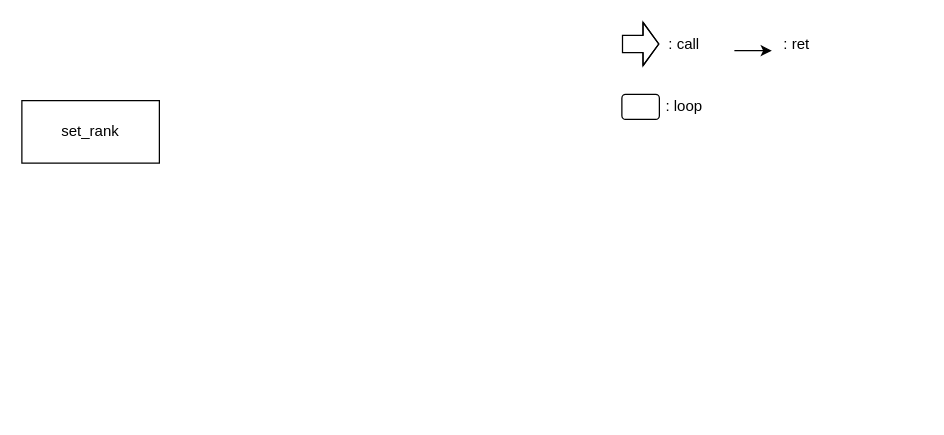
Above: GA/set_rank.drawio in fr0g2s/p (draw.io), before the change. Source tidied: cells renumbered, new cells numbered last; positions are measured from the earlier drawing's top-left corner, leaving out a move shared by most shapes. Both pictures are drawn from the tidied source at 125%, with x=0, y=0 at pixel (21, 25).
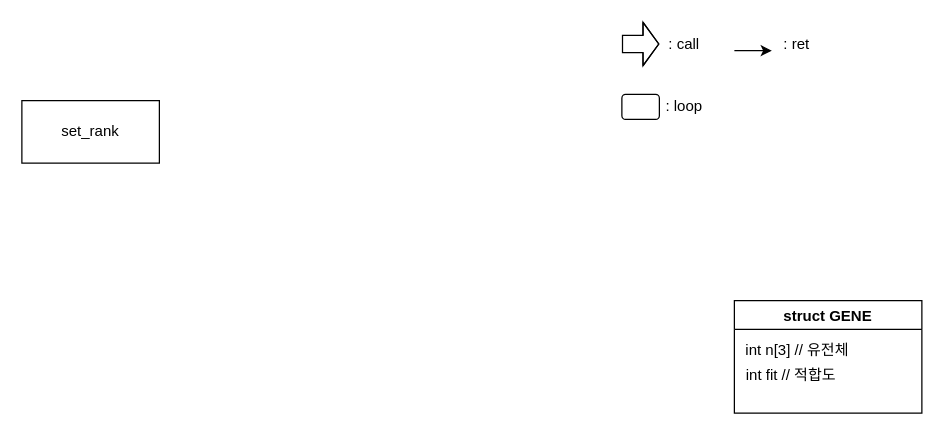
Above is the later version.

The edit, as a diff of the source:
```diff
@@
 <mxGraphModel>
   <root>
     <mxCell id="0" />
     <mxCell id="1" parent="0" />
     <mxCell id="2" style="shape=flexArrow;endArrow=classic;html=1;rounded=0;strokeWidth=1;edgeStyle=orthogonalEdgeStyle;width=13.714285714285714;endSize=3.8628571428571425;" parent="1" edge="1">
       <mxGeometry relative="1" as="geometry">
         <mxPoint x="480" y="14.7" as="sourcePoint" />
         <mxPoint x="510" y="14.7" as="targetPoint" />
         <Array as="points">
           <mxPoint x="490" y="15" />
           <mxPoint x="490" y="15" />
         </Array>
       </mxGeometry>
     </mxCell>
     <mxCell id="3" value=": call" style="text;html=1;strokeColor=none;fillColor=none;align=center;verticalAlign=middle;whiteSpace=wrap;rounded=0;" parent="1" vertex="1">
       <mxGeometry x="500" width="60" height="30" as="geometry" />
     </mxCell>
     <mxCell id="4" style="endArrow=classic;html=1;rounded=0;strokeWidth=1;edgeStyle=orthogonalEdgeStyle;" parent="1" edge="1">
       <mxGeometry relative="1" as="geometry">
         <mxPoint x="570" y="20" as="sourcePoint" />
         <mxPoint x="600" y="20" as="targetPoint" />
       </mxGeometry>
     </mxCell>
     <mxCell id="5" value=": ret" style="text;html=1;strokeColor=none;fillColor=none;align=center;verticalAlign=middle;whiteSpace=wrap;rounded=0;" parent="1" vertex="1">
       <mxGeometry x="590" width="60" height="30" as="geometry" />
     </mxCell>
     <mxCell id="6" style="rounded=1;whiteSpace=wrap;html=1;fillColor=none;strokeColor=default;shadow=0;sketch=0;glass=1;" parent="1" vertex="1">
       <mxGeometry x="480" y="55" width="30" height="20" as="geometry" />
     </mxCell>
     <mxCell id="7" value=": loop" style="text;html=1;strokeColor=none;fillColor=none;align=center;verticalAlign=middle;whiteSpace=wrap;rounded=0;" parent="1" vertex="1">
       <mxGeometry x="500" y="50" width="60" height="30" as="geometry" />
     </mxCell>
     <mxCell id="8" value="set_rank" style="rounded=0;whiteSpace=wrap;html=1;" parent="1" vertex="1">
       <mxGeometry y="60" width="110" height="50" as="geometry" />
     </mxCell>
+    <mxCell id="9" value="struct GENE" style="swimlane;" parent="1" vertex="1">
+      <mxGeometry x="570" y="220" width="150" height="90" as="geometry" />
+    </mxCell>
+    <mxCell id="10" value="int n[3] // 유전체" style="text;html=1;align=center;verticalAlign=middle;strokeColor=none;fillColor=none;" parent="9" vertex="1">
+      <mxGeometry y="30" width="100" height="20" as="geometry" />
+    </mxCell>
+    <mxCell id="11" value="int fit // 적합도" style="text;html=1;align=center;verticalAlign=middle;strokeColor=none;fillColor=none;" parent="9" vertex="1">
+      <mxGeometry y="50" width="90" height="20" as="geometry" />
+    </mxCell>
   </root>
 </mxGraphModel>
```
